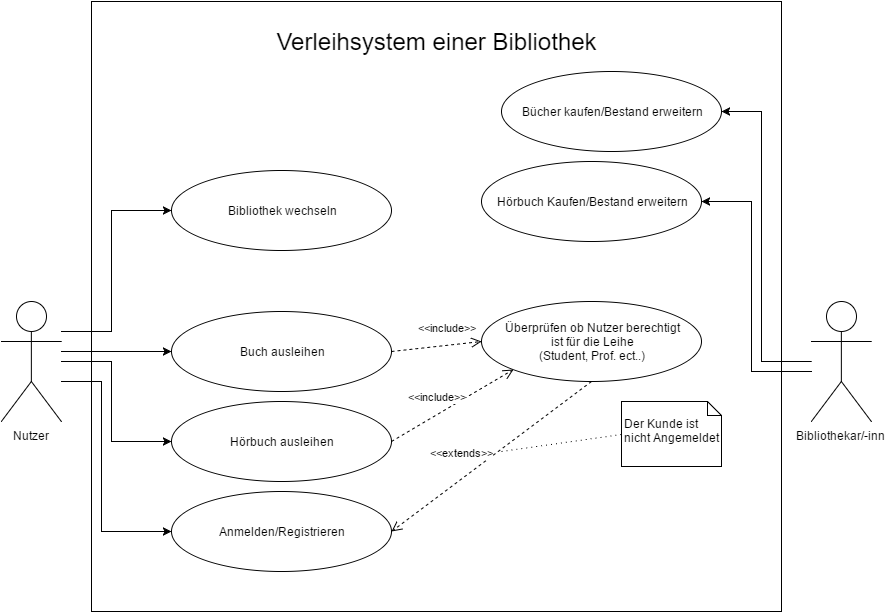
Above: Projekt/use-case bibliothek.png in kodonad/WBA2_SS16_Kodona (draw.io), before the change. Source tidied: cells renumbered, new cells last; positions are measured from the earlier drawing's top-left corner, leaving out a move shared by most shapes.
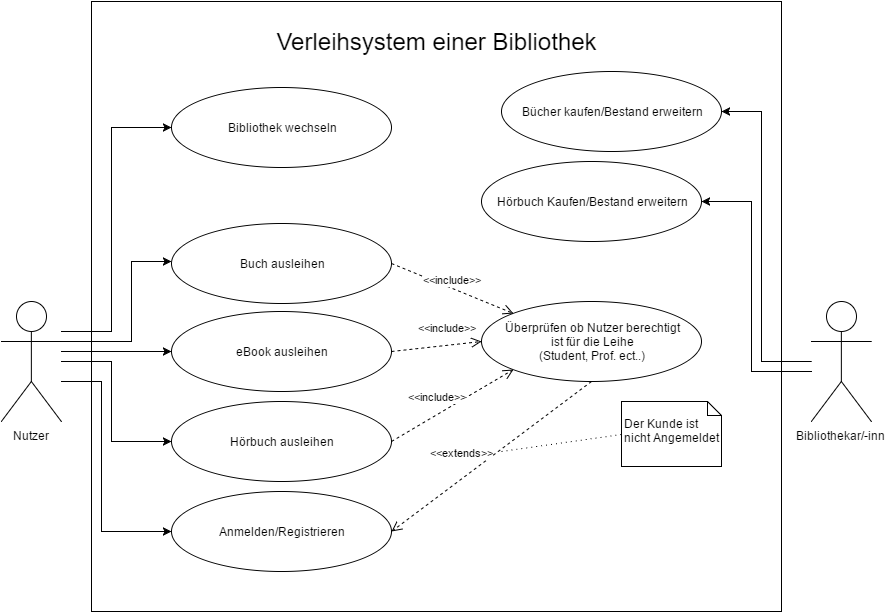
Above is the later version.

Commit message:
use-case diagramm überarbeitet 1.2

Diff of the diagram source:
```diff
@@ -11,7 +11,7 @@
     <mxCell id="4" style="edgeStyle=orthogonalEdgeStyle;rounded=0;html=1;exitX=0.5;exitY=0.5;exitPerimeter=0;entryX=0.5;entryY=0.5;entryPerimeter=0;jettySize=auto;orthogonalLoop=1;" parent="1" edge="1" source="3" target="3">
       <mxGeometry relative="1" as="geometry" />
     </mxCell>
-    <mxCell id="5" value="Buch ausleihen" style="ellipse;whiteSpace=wrap;html=1;" parent="1" vertex="1">
+    <mxCell id="5" value="eBook ausleihen" style="ellipse;whiteSpace=wrap;html=1;" parent="1" vertex="1">
       <mxGeometry x="170" y="310" width="220" height="80" as="geometry" />
     </mxCell>
     <mxCell id="6" style="edgeStyle=orthogonalEdgeStyle;rounded=0;html=1;jettySize=auto;entryX=0;entryY=0.5;" parent="1" edge="1" target="5">
@@ -67,12 +67,12 @@
         <mxPoint x="60" y="330" as="sourcePoint" />
         <Array as="points">
           <mxPoint x="110" y="330" />
-          <mxPoint x="110" y="209" />
+          <mxPoint x="110" y="126" />
         </Array>
       </mxGeometry>
     </mxCell>
     <mxCell id="16" value="Bibliothek wechseln" style="ellipse;whiteSpace=wrap;html=1;" parent="1" vertex="1">
-      <mxGeometry x="170" y="169" width="220" height="80" as="geometry" />
+      <mxGeometry x="170" y="86" width="220" height="80" as="geometry" />
     </mxCell>
     <mxCell id="17" value="&amp;lt;&amp;lt;include&amp;gt;&amp;gt;" style="html=1;verticalAlign=bottom;endArrow=open;dashed=1;endSize=8;exitX=1;exitY=0.5;entryX=0;entryY=0.5;" parent="1" edge="1" source="5" target="18">
       <mxGeometry x="0.27" y="9" relative="1" as="geometry" />
@@ -108,5 +108,21 @@
         <mxPoint x="500" y="450" as="sourcePoint" />
       </mxGeometry>
     </mxCell>
+    <mxCell id="25" value="Buch ausleihen" style="ellipse;whiteSpace=wrap;html=1;" parent="1" vertex="1">
+      <mxGeometry x="170" y="222" width="220" height="80" as="geometry" />
+    </mxCell>
+    <mxCell id="26" value="&amp;lt;&amp;lt;include&amp;gt;&amp;gt;" style="html=1;verticalAlign=bottom;endArrow=open;dashed=1;endSize=8;exitX=1;exitY=0.5;entryX=0;entryY=0;" parent="1" edge="1" source="25" target="18">
+      <mxGeometry x="-1240" y="-360" as="geometry" />
+    </mxCell>
+    <mxCell id="27" style="edgeStyle=orthogonalEdgeStyle;rounded=0;html=1;jettySize=auto;orthogonalLoop=1;" parent="1" edge="1">
+      <mxGeometry x="-1580" y="-370" as="geometry">
+        <mxPoint x="60" y="340" as="sourcePoint" />
+        <mxPoint x="170" y="260" as="targetPoint" />
+        <Array as="points">
+          <mxPoint x="130" y="340" />
+          <mxPoint x="130" y="260" />
+        </Array>
+      </mxGeometry>
+    </mxCell>
   </root>
 </mxGraphModel>
```
